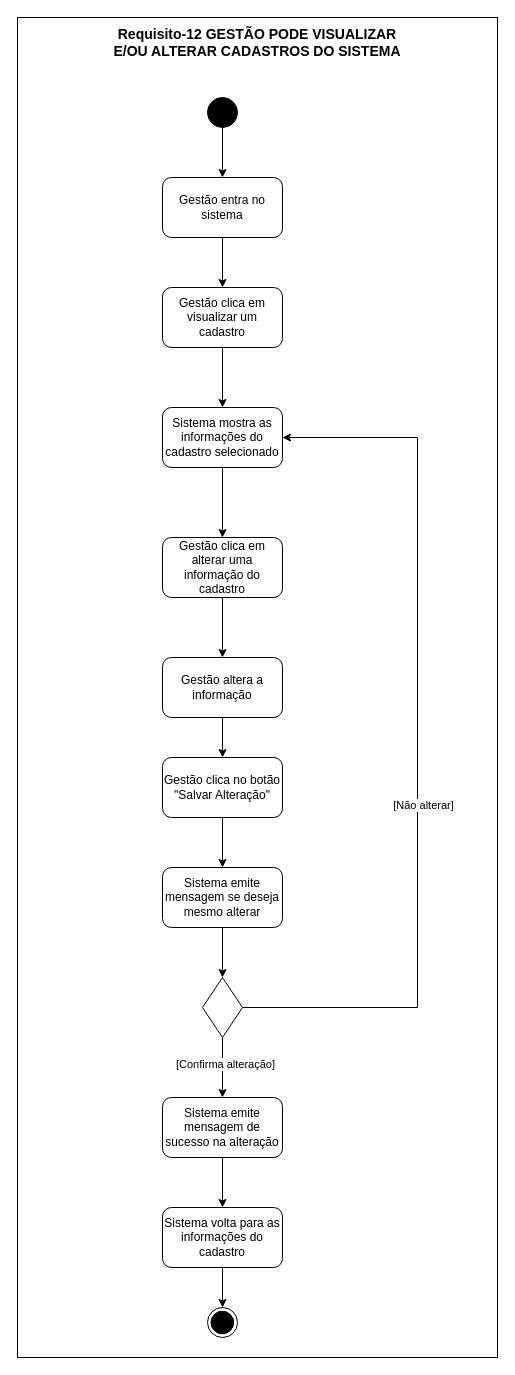
LizReis/An-lise-de-Sistemas keeps this draw.io diagram as Requisito-12.drawio. Above is the earlier version. Source tidied: cells renumbered, new cells numbered last; positions are measured from the earlier drawing's top-left corner, leaving out a move shared by most shapes. Both pictures are drawn from the tidied source at 100%, with x=0, y=0 at pixel (17, 17).
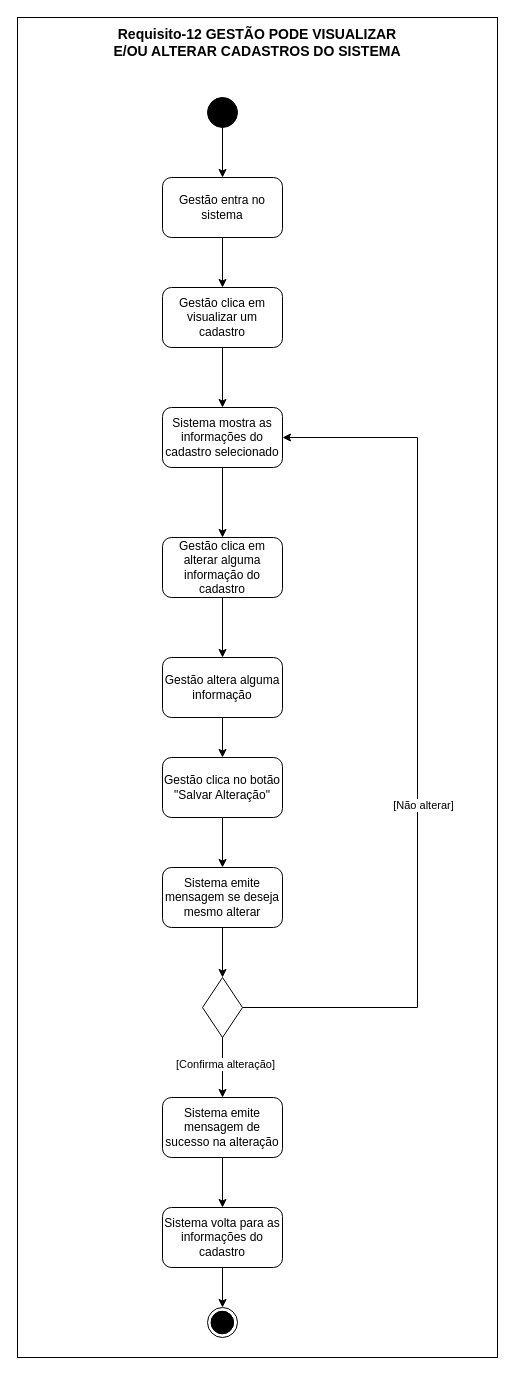
After the change.

Diff of the diagram source:
```diff
@@
-    <mxCell id="12" value="Gestão clica em alterar uma informação do cadastro" style="whiteSpace=wrap;html=1;fillColor=#FFFFFF;rounded=1;" parent="1" vertex="1">
+    <mxCell id="12" value="Gestão clica em alterar alguma informação do cadastro" style="whiteSpace=wrap;html=1;fillColor=#FFFFFF;rounded=1;" parent="1" vertex="1">
       <mxGeometry x="145" y="520" width="120" height="60" as="geometry" />
     </mxCell>
@@
-    <mxCell id="29" value="Gestão altera a informação" style="rounded=1;whiteSpace=wrap;html=1;" parent="1" vertex="1">
+    <mxCell id="29" value="Gestão altera alguma informação" style="rounded=1;whiteSpace=wrap;html=1;" parent="1" vertex="1">
       <mxGeometry x="145" y="640" width="120" height="60" as="geometry" />
     </mxCell>
```
